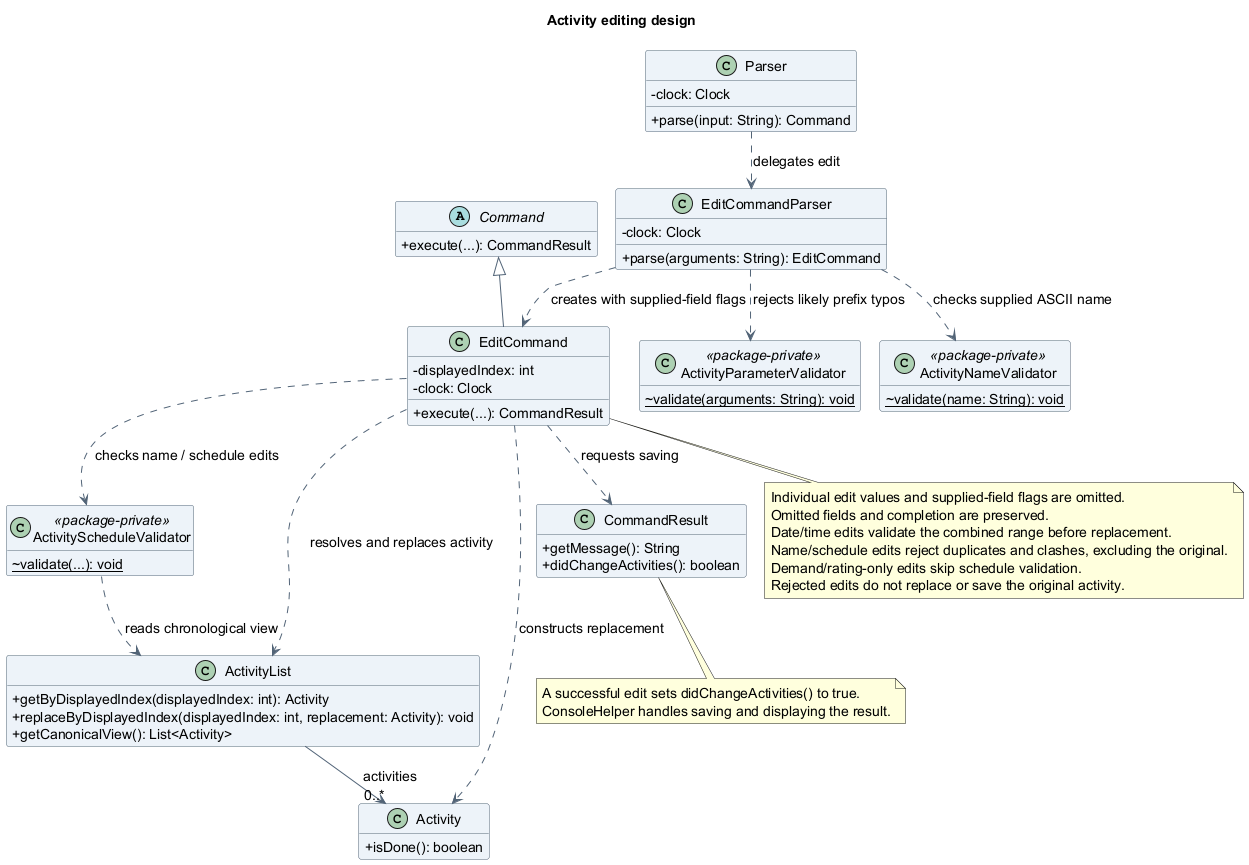
Above: docs/images/oliver/class/EditActivityClassDiagram.png in AY2627S1-CS2113-T10-4/tp (PlantUML), before the change.
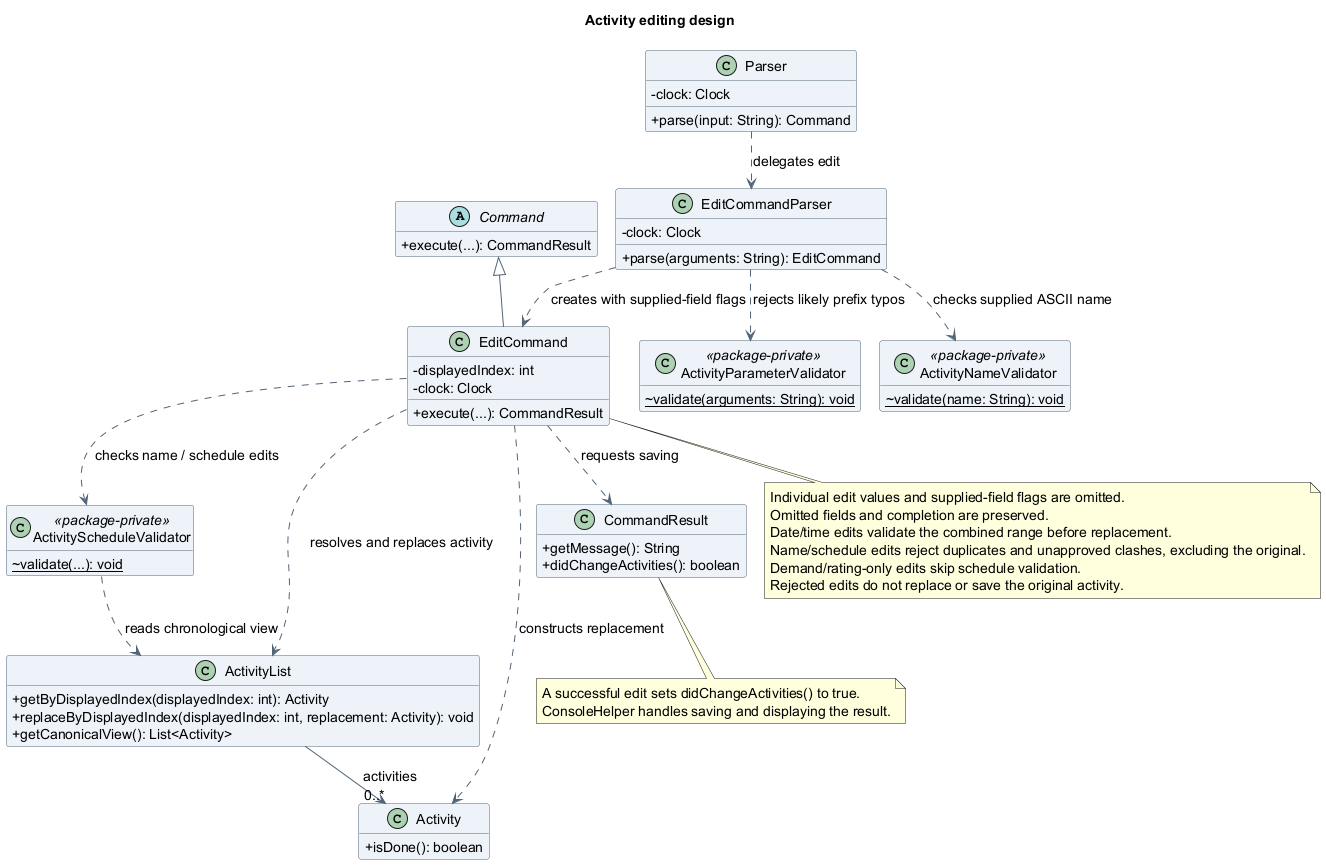
After the commit.

What changed in the source:
```diff
@@ -65,7 +65,7 @@
   Individual edit values and supplied-field flags are omitted.
   Omitted fields and completion are preserved.
   Date/time edits validate the combined range before replacement.
-  Name/schedule edits reject duplicates and clashes, excluding the original.
+  Name/schedule edits reject duplicates and unapproved clashes, excluding the original.
   Demand/rating-only edits skip schedule validation.
   Rejected edits do not replace or save the original activity.
 end note
```
